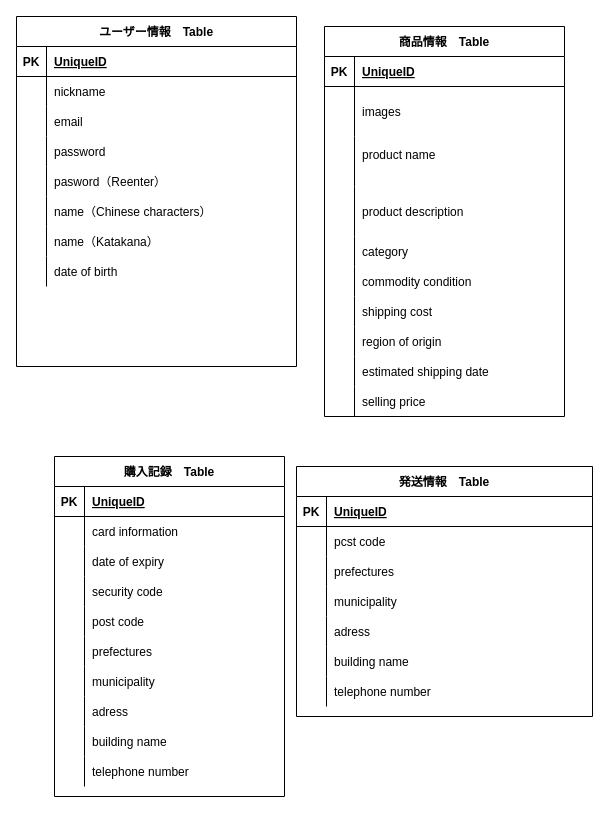
The draw.io diagram app/views/furima.dio in mwyaa7/furima-39056, before the edit. Source tidied: cells renumbered, new cells numbered last; positions are measured from the earlier drawing's top-left corner, leaving out a move shared by most shapes. Both pictures are drawn from the tidied source at 100%, with x=0, y=0 at pixel (16, 16).
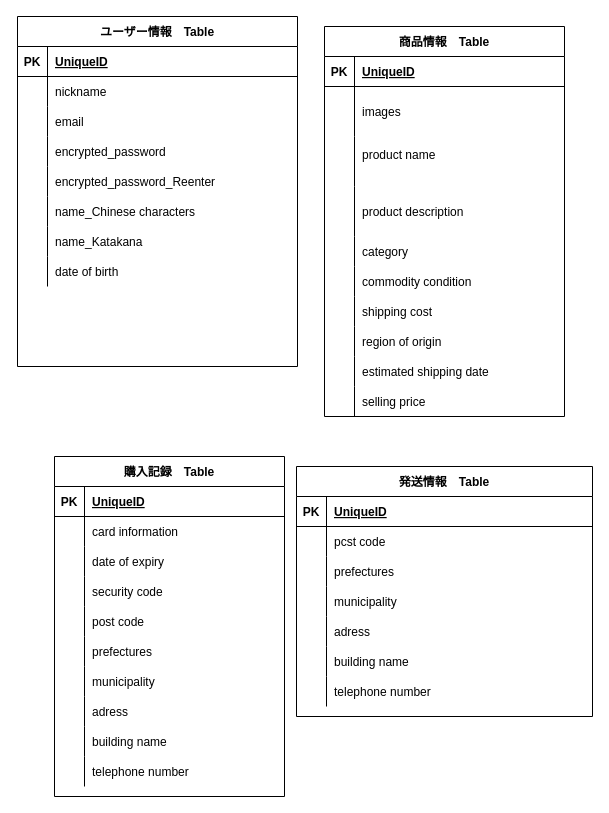
The same page after the edit.

The change refers to these unchanged cells:
```xml
<mxCell id="12" style="shape=tableRow;horizontal=0;startSize=0;swimlaneHead=0;swimlaneBody=0;fillColor=none;top=0;left=0;right=0;bottom=0;" parent="2" vertex="1">
  <mxGeometry y="120" width="280" height="30" as="geometry" />
</mxCell>
<mxCell id="15" style="shape=tableRow;horizontal=0;startSize=0;swimlaneHead=0;swimlaneBody=0;fillColor=none;top=0;left=0;right=0;bottom=0;" parent="2" vertex="1">
  <mxGeometry y="150" width="280" height="30" as="geometry" />
</mxCell>
<mxCell id="18" style="shape=tableRow;horizontal=0;startSize=0;swimlaneHead=0;swimlaneBody=0;fillColor=none;top=0;left=0;right=0;bottom=0;" parent="2" vertex="1">
  <mxGeometry y="180" width="280" height="30" as="geometry" />
</mxCell>
<mxCell id="21" style="shape=tableRow;horizontal=0;startSize=0;swimlaneHead=0;swimlaneBody=0;fillColor=none;top=0;left=0;right=0;bottom=0;" parent="2" vertex="1">
  <mxGeometry y="210" width="280" height="30" as="geometry" />
</mxCell>
```

What changed in the source:
```diff
@@
     <mxCell id="2" value="ユーザー情報　Table" style="shape=table;startSize=30;childLayout=tableLayout;rowLines=0;fontStyle=1;align=center;" parent="1" vertex="1">
-      <mxGeometry width="280" height="350" as="geometry" />
+      <mxGeometry x="1" width="280" height="350" as="geometry" />
     </mxCell>
@@
-    <mxCell id="14" value="password" style="shape=partialRectangle;fillColor=none;top=0;left=0;bottom=0;right=0;align=left;spacingLeft=6;overflow=hidden;" parent="12" vertex="1">
+    <mxCell id="14" value="encrypted_password" style="shape=partialRectangle;fillColor=none;top=0;left=0;bottom=0;right=0;align=left;spacingLeft=6;overflow=hidden;" parent="12" vertex="1">
       <mxGeometry x="30" width="250" height="30" as="geometry" />
     </mxCell>
@@
-    <mxCell id="17" value="pasword（Reenter）" style="shape=partialRectangle;fillColor=none;top=0;left=0;bottom=0;right=0;align=left;spacingLeft=6;overflow=hidden;" parent="15" vertex="1">
+    <mxCell id="17" value="encrypted_password_Reenter" style="shape=partialRectangle;fillColor=none;top=0;left=0;bottom=0;right=0;align=left;spacingLeft=6;overflow=hidden;" parent="15" vertex="1">
       <mxGeometry x="30" width="250" height="30" as="geometry" />
     </mxCell>
@@
-    <mxCell id="20" value="name（Chinese characters）" style="shape=partialRectangle;fillColor=none;top=0;left=0;bottom=0;right=0;align=left;spacingLeft=6;overflow=hidden;" parent="18" vertex="1">
+    <mxCell id="20" value="name_Chinese characters" style="shape=partialRectangle;fillColor=none;top=0;left=0;bottom=0;right=0;align=left;spacingLeft=6;overflow=hidden;" parent="18" vertex="1">
       <mxGeometry x="30" width="250" height="30" as="geometry" />
     </mxCell>
@@
-    <mxCell id="23" value="name（Katakana）" style="shape=partialRectangle;fillColor=none;top=0;left=0;bottom=0;right=0;align=left;spacingLeft=6;overflow=hidden;" parent="21" vertex="1">
+    <mxCell id="23" value="name_Katakana" style="shape=partialRectangle;fillColor=none;top=0;left=0;bottom=0;right=0;align=left;spacingLeft=6;overflow=hidden;" parent="21" vertex="1">
       <mxGeometry x="30" width="250" height="30" as="geometry" />
     </mxCell>
```
